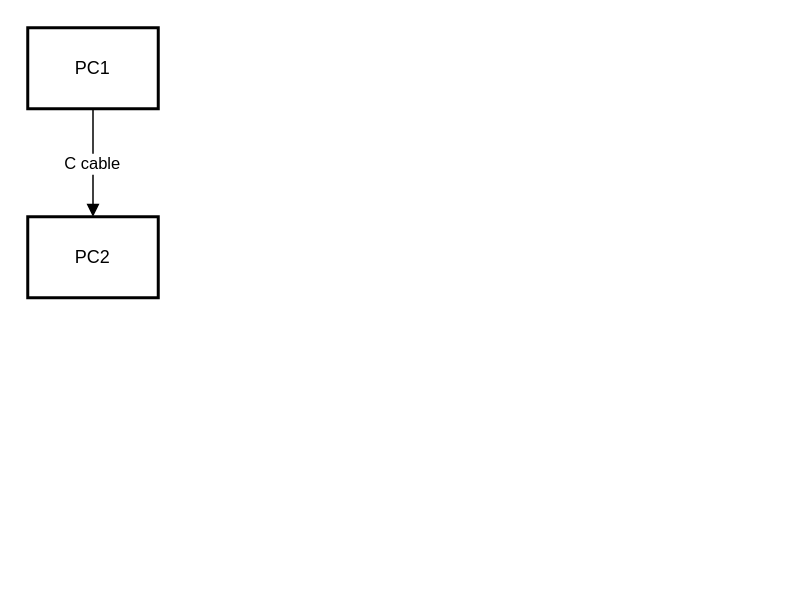
The draw.io diagram Untitled Diagram.drawio in utkarshcse2026/SWE-Lab-Sem6-, before the edit. Source tidied: cells renumbered, new cells numbered last; positions are measured from the earlier drawing's top-left corner, leaving out a move shared by most shapes. Both pictures are drawn from the tidied source at 150%, with x=0, y=0 at pixel (27, 27).
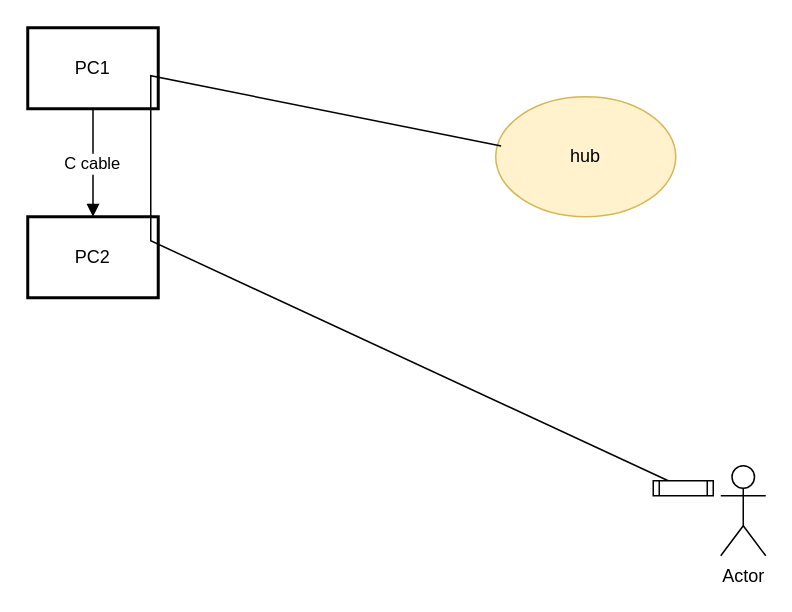
Above is the later version.

The edit, as a diff of the source:
```diff
@@
 <mxGraphModel>
   <root>
     <mxCell id="0" />
     <mxCell id="1" parent="0" />
     <mxCell id="2" value="PC1" style="whiteSpace=wrap;strokeWidth=2;" parent="1" vertex="1">
       <mxGeometry width="87" height="54" as="geometry" />
     </mxCell>
     <mxCell id="3" value="PC2" style="whiteSpace=wrap;strokeWidth=2;" parent="1" vertex="1">
       <mxGeometry y="126" width="87" height="54" as="geometry" />
     </mxCell>
     <mxCell id="4" value="C cable" style="curved=1;startArrow=none;endArrow=block;exitX=0.5;exitY=1;entryX=0.5;entryY=0.01;" parent="1" edge="1" source="2" target="3">
       <mxGeometry relative="1" as="geometry" />
     </mxCell>
+    <mxCell id="5" value="hub" style="ellipse;whiteSpace=wrap;html=1;fillColor=#fff2cc;strokeColor=#d6b656;" parent="1" vertex="1">
+      <mxGeometry x="312" y="46" width="120" height="80" as="geometry" />
+    </mxCell>
+    <mxCell id="6" style="endArrow=none;html=1;rounded=0;entryX=0.03;entryY=0.41;entryDx=0;entryDy=0;entryPerimeter=0;exitX=0.25;exitY=0;exitDx=0;exitDy=0;" parent="1" edge="1" source="8" target="5">
+      <mxGeometry relative="1" as="geometry">
+        <Array as="points">
+          <mxPoint x="82" y="142" />
+          <mxPoint x="82" y="32" />
+        </Array>
+      </mxGeometry>
+    </mxCell>
+    <mxCell id="7" value="Actor" style="shape=umlActor;verticalLabelPosition=bottom;verticalAlign=top;html=1;" parent="1" vertex="1">
+      <mxGeometry x="462" y="292" width="30" height="60" as="geometry" />
+    </mxCell>
+    <mxCell id="8" style="shape=process;whiteSpace=wrap;html=1;backgroundOutline=1;" parent="1" vertex="1">
+      <mxGeometry x="417" y="302" width="40" height="10" as="geometry" />
+    </mxCell>
   </root>
 </mxGraphModel>
```
